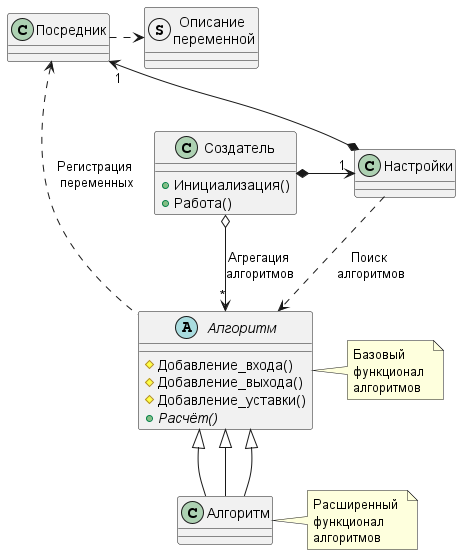
Above: _documentation/plantuml/simple_plus.png in Di0nisP/SR_ctl-remake (PlantUML), before the change. Its diagram source:
```plantuml
@startuml simple_plus
skinparam groupInheritance 4

struct "Описание \nпеременной" as SR_var_descriptor
class "Посредник" as SR_var_list
class "Настройки" as SR_Settings
abstract "Алгоритм" as SR_calc_proc {
    #Добавление_входа()
    #Добавление_выхода()
    #Добавление_уставки()
    +{abstract}Расчёт()
}
note right of SR_calc_proc : Базовый \nфункционал \nалгоритмов
class "Алгоритм" as SR_auto_ctl
note right of SR_auto_ctl : Расширенный \nфункционал \nалгоритмов
class "Создатель" as SR_ctl_type {
    +Инициализация()
    +Работа()
}

SR_var_list .right.> SR_var_descriptor
SR_ctl_type *-right-> "1" SR_Settings
SR_Settings *-up-> "1" SR_var_list
SR_Settings ..> SR_calc_proc : Поиск \nалгоритмов
SR_ctl_type o--> "*" SR_calc_proc : Агрегация \nалгоритмов
SR_var_list <.. SR_calc_proc : Регистрация \nпеременных

SR_calc_proc <|-- SR_auto_ctl
SR_calc_proc <|-- SR_auto_ctl
SR_calc_proc <|-- SR_auto_ctl

@enduml
```
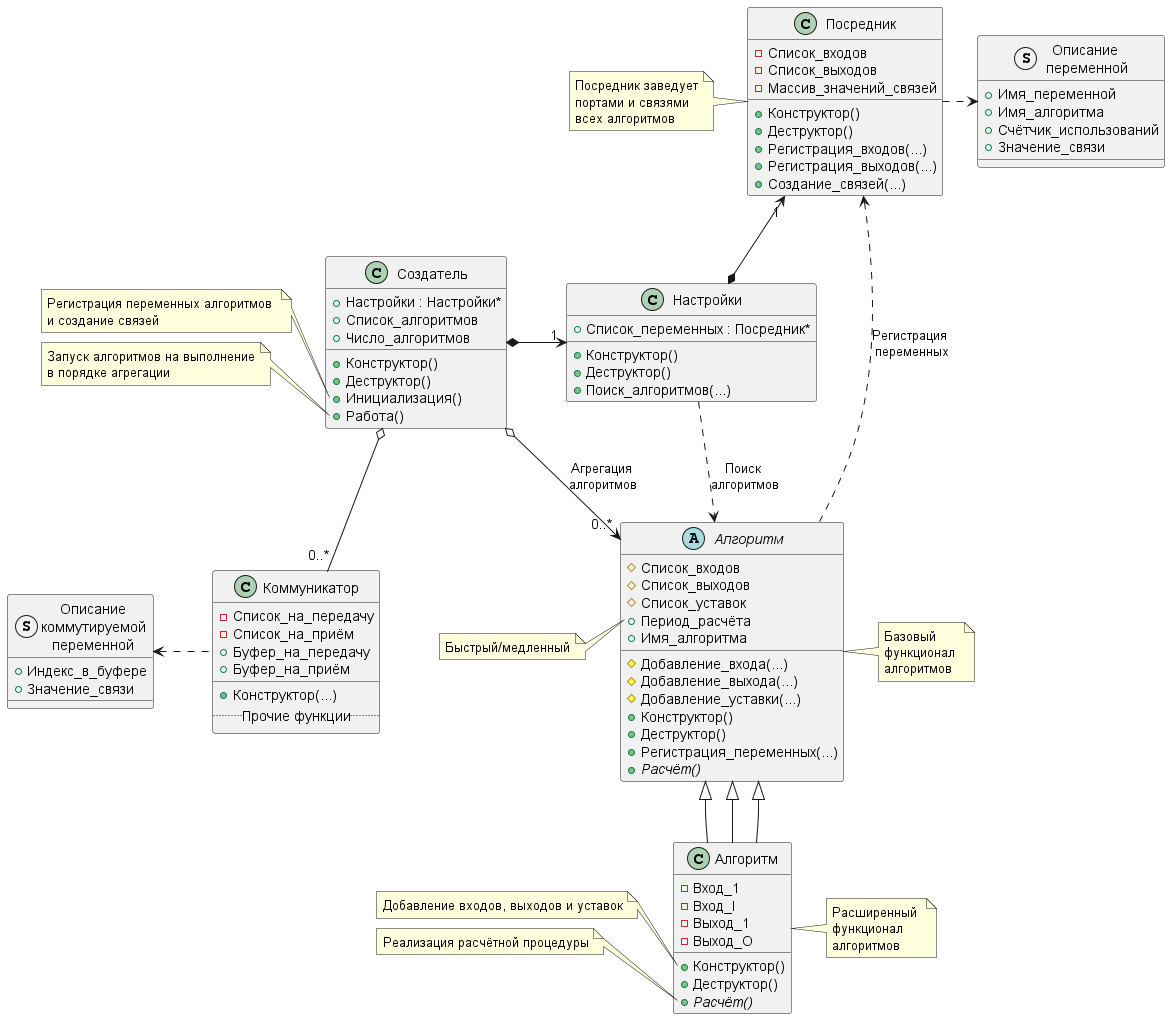
After the change.

Diff of the diagram source:
```diff
@@ -1,28 +1,109 @@
 @startuml simple_plus
 skinparam groupInheritance 4
 
-struct "Описание \nпеременной" as SR_var_descriptor
-class "Посредник" as SR_var_list
-class "Настройки" as SR_Settings
+struct "Описание\nкоммутируемой\nпеременной" as link_var_discriptor {
+    +Индекс_в_буфере
+    +Значение_связи
+}
+
+class "Коммуникатор" as Link_MPI {
+    -Список_на_передачу
+    -Список_на_приём
+    +Буфер_на_передачу
+    +Буфер_на_приём
+    __
+    +Конструктор(...)
+    .. Прочие функции ..
+}
+
+struct "Описание \nпеременной" as SR_var_descriptor {
+    +Имя_переменной
+    +Имя_алгоритма
+    +Счётчик_использований
+    +Значение_связи
+}
+
+class "Посредник" as SR_var_list {
+    -Список_входов
+    -Список_выходов
+    -Массив_значений_связей
+    +Конструктор()
+    +Деструктор()
+    +Регистрация_входов(...)
+    +Регистрация_выходов(...)
+    +Создание_связей(...)
+}
+note left of SR_var_list : Посредник заведует\nпортами и связями\nвсех алгоритмов
+
+class "Настройки" as SR_Settings {
+    +Список_переменных : Посредник*
+    +Конструктор()
+    +Деструктор()
+    +Поиск_алгоритмов(...)
+}
+
 abstract "Алгоритм" as SR_calc_proc {
-    #Добавление_входа()
-    #Добавление_выхода()
-    #Добавление_уставки()
+    #Список_входов
+    #Список_выходов
+    #Список_уставок
+    +Период_расчёта
+    +Имя_алгоритма
+    #Добавление_входа(...)
+    #Добавление_выхода(...)
+    #Добавление_уставки(...)
+    +Конструктор()
+    +Деструктор()
+    +Регистрация_переменных(...)
     +{abstract}Расчёт()
 }
 note right of SR_calc_proc : Базовый \nфункционал \nалгоритмов
-class "Алгоритм" as SR_auto_ctl
+note left of SR_calc_proc::Период_расчёта
+    Быстрый/медленный
+end note
+
+class "Алгоритм" as SR_auto_ctl {
+    -Вход_1
+    -Вход_I
+    -Выход_1
+    -Выход_O
+    +Конструктор()
+    +Деструктор()
+    +{abstract}Расчёт()
+}
+note left of SR_auto_ctl::Конструктор()
+    Добавление входов, выходов и уставок
+end note
+note left of SR_auto_ctl::Расчёт()
+    Реализация расчётной процедуры
+end note
 note right of SR_auto_ctl : Расширенный \nфункционал \nалгоритмов
+
 class "Создатель" as SR_ctl_type {
+    +Настройки : Настройки*
+    +Список_алгоритмов
+    +Число_алгоритмов
+    +Конструктор()
+    +Деструктор()
     +Инициализация()
     +Работа()
 }
+note left of SR_ctl_type::Инициализация()
+    Регистрация переменных алгоритмов
+    и создание связей
+end note
+note left of SR_ctl_type::Работа()
+    Запуск алгоритмов на выполнение
+    в порядке агрегации
+end note
+
+SR_ctl_type o-down- "0..*" Link_MPI
+Link_MPI .left.> link_var_discriptor
 
 SR_var_list .right.> SR_var_descriptor
 SR_ctl_type *-right-> "1" SR_Settings
 SR_Settings *-up-> "1" SR_var_list
 SR_Settings ..> SR_calc_proc : Поиск \nалгоритмов
-SR_ctl_type o--> "*" SR_calc_proc : Агрегация \nалгоритмов
+SR_ctl_type o--> "0..*" SR_calc_proc : Агрегация \nалгоритмов
 SR_var_list <.. SR_calc_proc : Регистрация \nпеременных
 
 SR_calc_proc <|-- SR_auto_ctl
```
